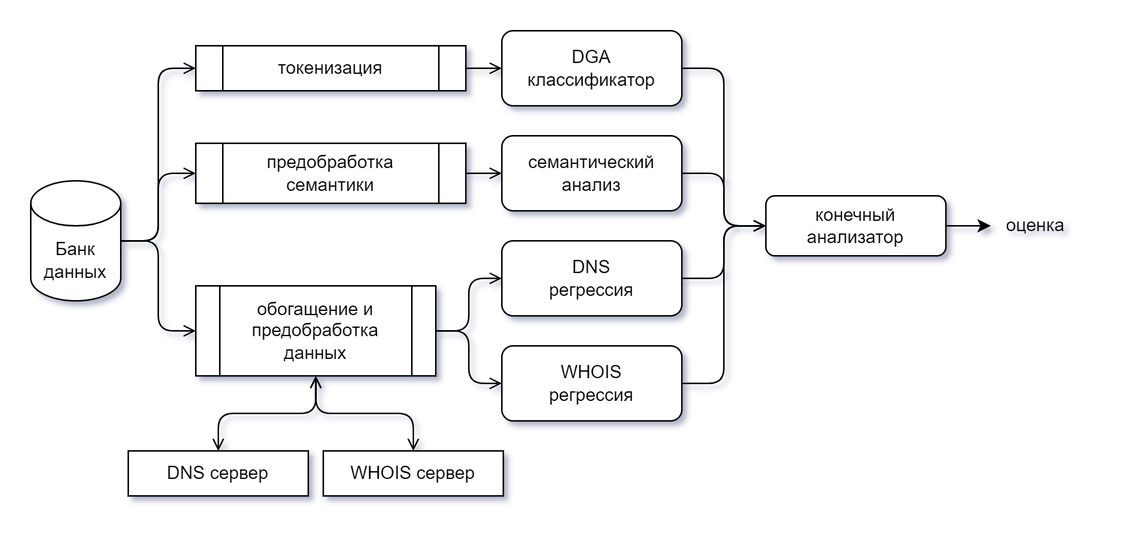
The draw.io diagram docs/images/composition_model.drawio.png in Qvineox/domain-threat-intelligence-analyzer-mirror, before a commit. Source tidied: cells renumbered, new cells last; positions are measured from the earlier drawing's top-left corner, leaving out a move shared by most shapes.
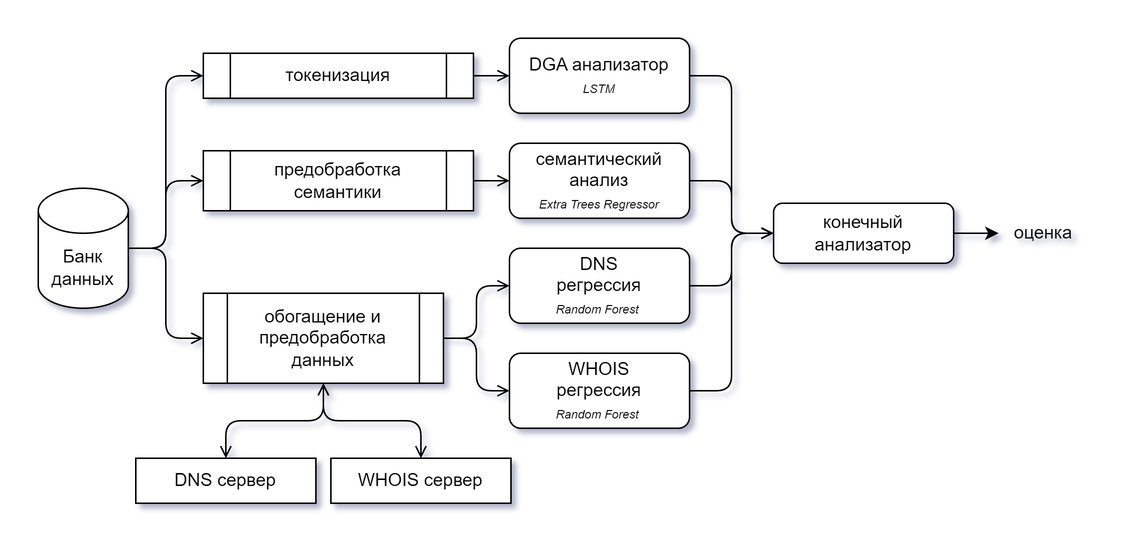
The same diagram one commit later.

Change to the diagram source:
```diff
@@ -23,25 +23,25 @@
     <mxCell id="8" style="edgeStyle=orthogonalEdgeStyle;rounded=1;jettySize=auto;html=1;exitX=1;exitY=0.5;exitDx=0;exitDy=0;entryX=0;entryY=0.5;entryDx=0;entryDy=0;curved=0;startArrow=none;startFill=0;endArrow=open;endFill=0;" parent="1" edge="1" source="9" target="17">
       <mxGeometry relative="1" as="geometry" />
     </mxCell>
-    <mxCell id="9" value="DGA&lt;div&gt;классификатор&lt;/div&gt;" style="rounded=1;whiteSpace=wrap;html=1;" parent="1" vertex="1">
+    <mxCell id="9" value="DGA анализатор&lt;div&gt;&lt;i&gt;&lt;font style=&quot;font-size: 8px;&quot;&gt;LSTM&lt;/font&gt;&lt;/i&gt;&lt;/div&gt;" style="rounded=1;whiteSpace=wrap;html=1;" parent="1" vertex="1">
       <mxGeometry x="314" width="120" height="50" as="geometry" />
     </mxCell>
     <mxCell id="10" style="edgeStyle=orthogonalEdgeStyle;rounded=1;jettySize=auto;html=1;exitX=1;exitY=0.5;exitDx=0;exitDy=0;curved=0;startArrow=none;startFill=0;endArrow=open;endFill=0;" parent="1" edge="1" source="11" target="17">
       <mxGeometry relative="1" as="geometry" />
     </mxCell>
-    <mxCell id="11" value="&lt;div&gt;DNS&lt;/div&gt;&lt;div&gt;регрессия&lt;/div&gt;" style="rounded=1;whiteSpace=wrap;html=1;" parent="1" vertex="1">
+    <mxCell id="11" value="&lt;div&gt;DNS&lt;/div&gt;&lt;div&gt;регрессия&lt;/div&gt;&lt;div&gt;&lt;i&gt;&lt;font style=&quot;font-size: 8px;&quot;&gt;Random Forest&amp;nbsp;&lt;/font&gt;&lt;/i&gt;&lt;br&gt;&lt;/div&gt;" style="rounded=1;whiteSpace=wrap;html=1;" parent="1" vertex="1">
       <mxGeometry x="314" y="140" width="120" height="50" as="geometry" />
     </mxCell>
     <mxCell id="12" style="edgeStyle=orthogonalEdgeStyle;rounded=1;jettySize=auto;html=1;exitX=1;exitY=0.5;exitDx=0;exitDy=0;entryX=0;entryY=0.5;entryDx=0;entryDy=0;curved=0;startArrow=none;startFill=0;endArrow=open;endFill=0;" parent="1" edge="1" source="13" target="17">
       <mxGeometry relative="1" as="geometry" />
     </mxCell>
-    <mxCell id="13" value="&lt;div&gt;WHOIS&lt;/div&gt;&lt;div&gt;регрессия&lt;/div&gt;" style="rounded=1;whiteSpace=wrap;html=1;" parent="1" vertex="1">
+    <mxCell id="13" value="&lt;div&gt;WHOIS&lt;/div&gt;&lt;div&gt;регрессия&lt;/div&gt;&lt;div&gt;&lt;i&gt;&lt;font style=&quot;font-size: 8px;&quot;&gt;Random Forest&amp;nbsp;&lt;/font&gt;&lt;/i&gt;&lt;br&gt;&lt;/div&gt;" style="rounded=1;whiteSpace=wrap;html=1;" parent="1" vertex="1">
       <mxGeometry x="314" y="210" width="120" height="50" as="geometry" />
     </mxCell>
     <mxCell id="14" style="edgeStyle=orthogonalEdgeStyle;rounded=1;jettySize=auto;html=1;exitX=1;exitY=0.5;exitDx=0;exitDy=0;curved=0;startArrow=none;startFill=0;endArrow=open;endFill=0;" parent="1" edge="1" source="15" target="17">
       <mxGeometry relative="1" as="geometry" />
     </mxCell>
-    <mxCell id="15" value="&lt;div&gt;семантический анализ&lt;/div&gt;" style="rounded=1;whiteSpace=wrap;html=1;" parent="1" vertex="1">
+    <mxCell id="15" value="&lt;div&gt;семантический анализ&lt;/div&gt;&lt;div&gt;&lt;i&gt;&lt;font style=&quot;font-size: 8px;&quot;&gt;Extra Trees Regressor&lt;/font&gt;&lt;/i&gt;&lt;br&gt;&lt;/div&gt;" style="rounded=1;whiteSpace=wrap;html=1;" parent="1" vertex="1">
       <mxGeometry x="314" y="70" width="120" height="50" as="geometry" />
     </mxCell>
     <mxCell id="16" style="edgeStyle=orthogonalEdgeStyle;rounded=0;jettySize=auto;html=1;exitX=1;exitY=0.5;exitDx=0;exitDy=0;entryX=0;entryY=0.5;entryDx=0;entryDy=0;" parent="1" edge="1" source="17" target="27">
```
